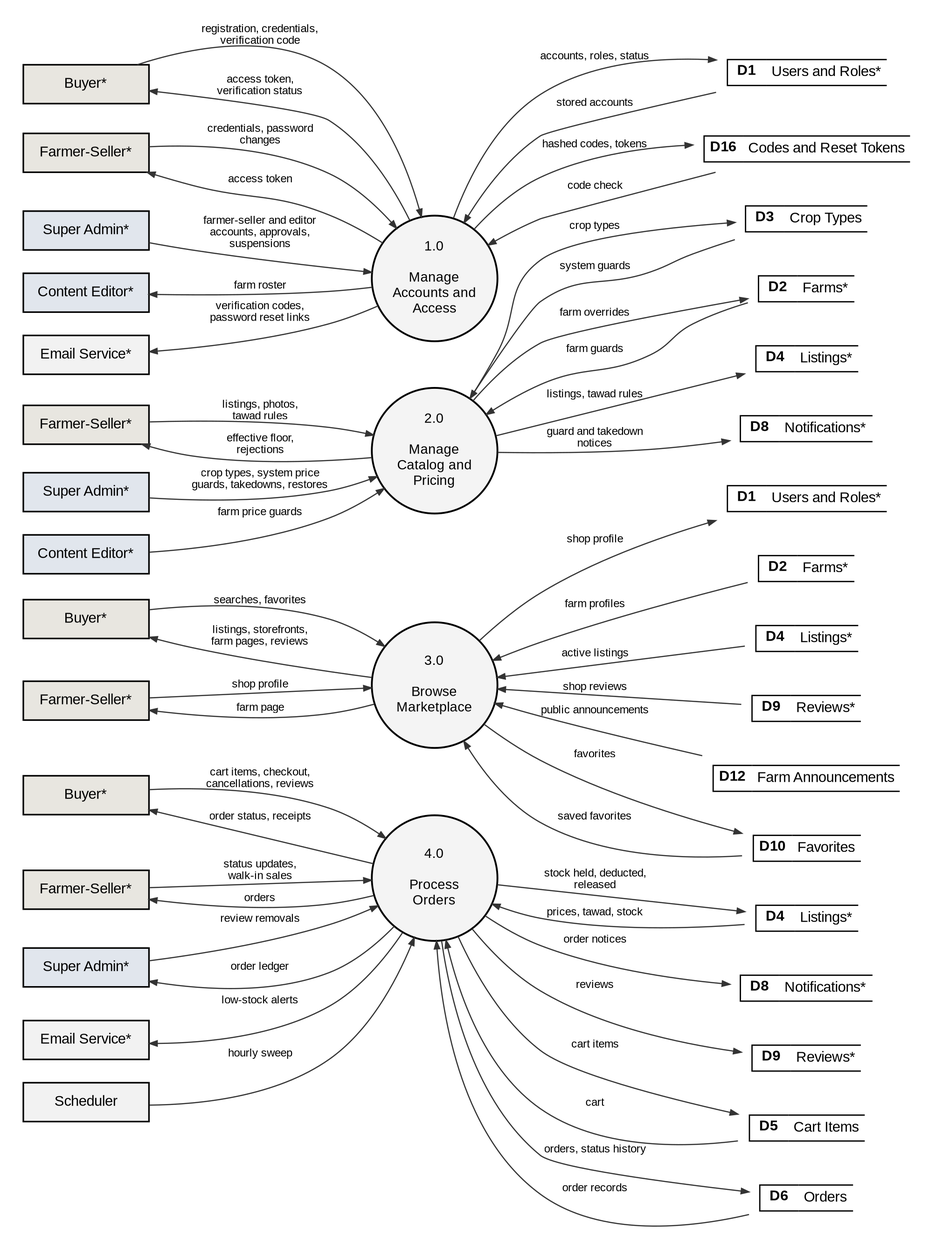
Above: docs/manuscript/figures/fig6_1a_dfd_level1.png in shawncastaneda11-commits/anihow-backend (Graphviz), before the change. Its source is kept beside it as docs/manuscript/figures/src/fig6_1a_dfd_level1.dot.
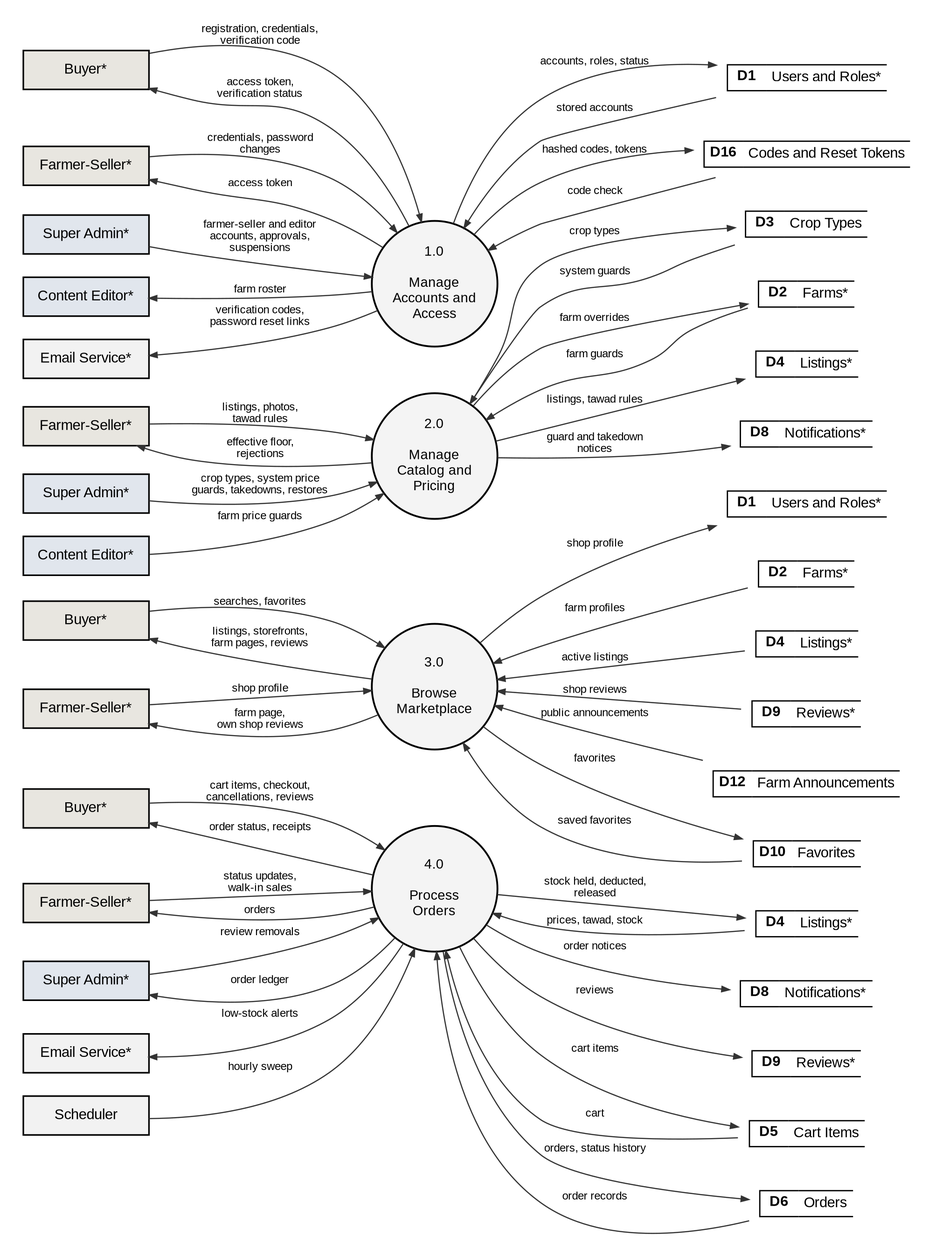
The same file after the commit.

Commit message:
docs: show farmer-seller shop reviews in the diagrams and spec

Diff of the diagram source:
```diff
@@ -62,7 +62,7 @@
   by_p3 -> p3 [label="searches, favorites"];
   by_p3 -> p3 [label="listings, storefronts,\nfarm pages, reviews", dir=back];
   fs_p3 -> p3 [label="shop profile"];
-  fs_p3 -> p3 [label="farm page", dir=back];
+  fs_p3 -> p3 [label="farm page,\nown shop reviews", dir=back];
   p3 -> D4_p3 [label="active listings", dir=back];
   p3 -> D2_p3 [label="farm profiles", dir=back];
   p3 -> D9_p3 [label="shop reviews", dir=back];
```
